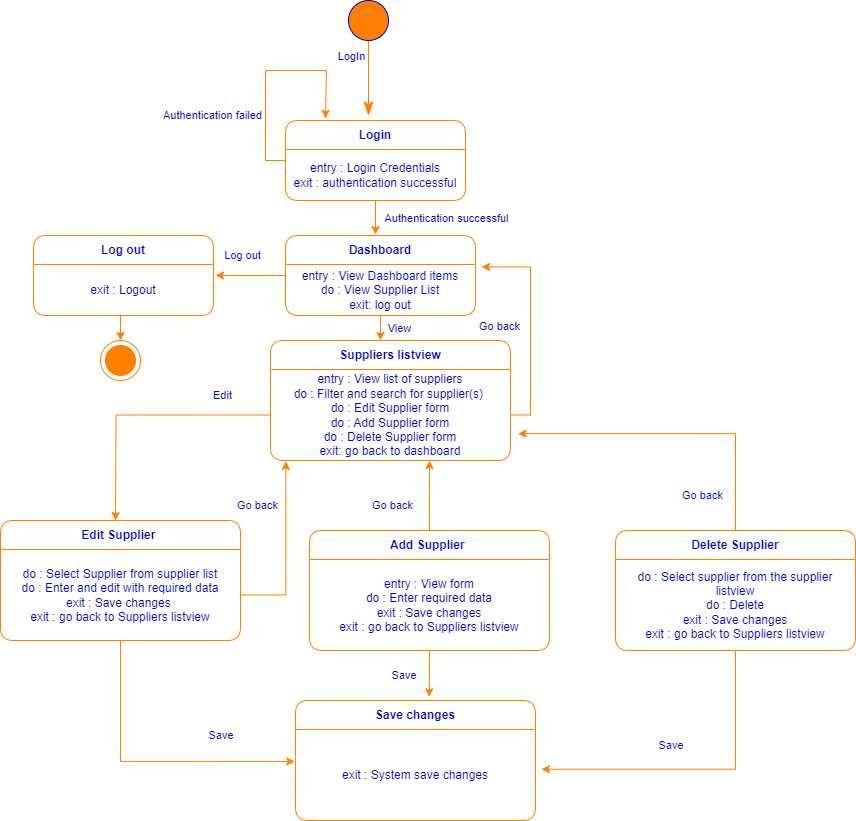
This is itam-uml/itam-state-diagram/itam-state-diagram-manage-supplier.png from kxh03/itam, a draw.io export, as it was before one commit. Source tidied: cells renumbered, new cells last; positions are measured from the earlier drawing's top-left corner, leaving out a move shared by most shapes.
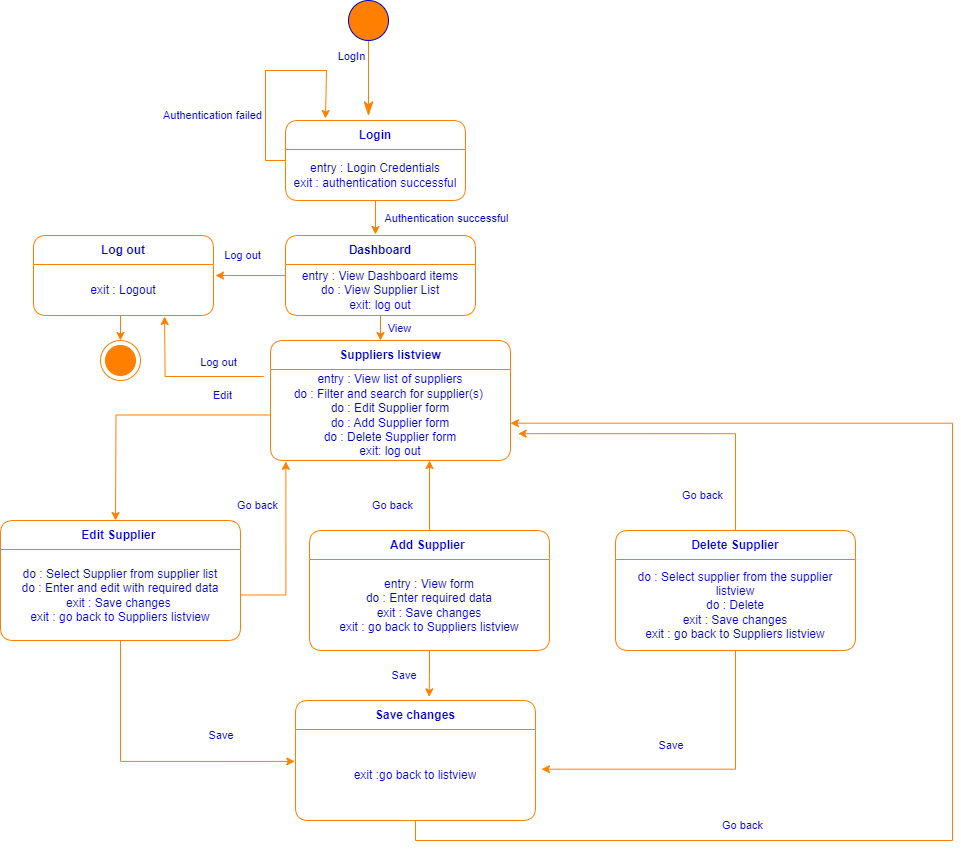
Above is the later version.

Commit message:
Fix state diagrams

Change to the diagram source:
```diff
@@ -78,6 +78,11 @@
     <mxCell id="18" value="&lt;font color=&quot;#0000cc&quot;&gt;exit : Logout&lt;/font&gt;" style="text;html=1;strokeColor=none;fillColor=none;align=center;verticalAlign=middle;spacingLeft=4;spacingRight=4;overflow=hidden;whiteSpace=wrap;" parent="17" vertex="1">
       <mxGeometry y="29" width="180" height="51" as="geometry" />
     </mxCell>
+    <mxCell id="24" style="edgeStyle=orthogonalEdgeStyle;rounded=0;jettySize=auto;html=1;exitX=-0.028;exitY=0.077;exitDx=0;exitDy=0;entryX=1.032;entryY=0.048;entryDx=0;entryDy=0;entryPerimeter=0;strokeColor=#FF8000;exitPerimeter=0;" parent="17" edge="1" source="21">
+      <mxGeometry relative="1" as="geometry">
+        <mxPoint x="131.1" y="81" as="targetPoint" />
+      </mxGeometry>
+    </mxCell>
     <mxCell id="19" value="&lt;font color=&quot;#0000cc&quot;&gt;Suppliers listview&lt;/font&gt;" style="swimlane;fontStyle=1;align=center;verticalAlign=middle;horizontal=1;startSize=29;html=1;whiteSpace=wrap;strokeColor=#FF8000;rounded=1;swimlaneFillColor=default;" parent="1" vertex="1">
       <mxGeometry x="270" y="340" width="240" height="120" as="geometry" />
     </mxCell>
@@ -86,7 +91,7 @@
         <mxPoint x="-155" y="180" as="targetPoint" />
       </mxGeometry>
     </mxCell>
-    <mxCell id="21" value="&lt;div style=&quot;&quot;&gt;&lt;span style=&quot;color: rgb(0, 0, 204); background-color: initial;&quot;&gt;entry : View list of suppliers&lt;/span&gt;&lt;/div&gt;&lt;font color=&quot;#0000cc&quot;&gt;&lt;div style=&quot;&quot;&gt;&lt;span style=&quot;background-color: initial;&quot;&gt;do : Filter and search for supplier(s)&amp;nbsp;&lt;/span&gt;&lt;/div&gt;&lt;div style=&quot;&quot;&gt;&lt;span style=&quot;background-color: initial;&quot;&gt;do : Edit Supplier form&lt;/span&gt;&lt;/div&gt;&lt;div style=&quot;&quot;&gt;&lt;span style=&quot;background-color: initial;&quot;&gt;do : Add Supplier form&lt;/span&gt;&lt;/div&gt;&lt;div style=&quot;&quot;&gt;&lt;span style=&quot;background-color: initial;&quot;&gt;do : Delete Supplier form&lt;/span&gt;&lt;/div&gt;&lt;div style=&quot;&quot;&gt;&lt;span style=&quot;background-color: initial;&quot;&gt;exit: go back to dashboard&lt;/span&gt;&lt;/div&gt;&lt;/font&gt;" style="text;html=1;strokeColor=none;fillColor=none;align=center;verticalAlign=middle;spacingLeft=4;spacingRight=4;overflow=hidden;points=[[0,0.5],[1,0.5]];portConstraint=eastwest;whiteSpace=wrap;" parent="19" vertex="1">
+    <mxCell id="21" value="&lt;div style=&quot;&quot;&gt;&lt;span style=&quot;color: rgb(0, 0, 204); background-color: initial;&quot;&gt;entry : View list of suppliers&lt;/span&gt;&lt;/div&gt;&lt;font color=&quot;#0000cc&quot;&gt;&lt;div style=&quot;&quot;&gt;&lt;span style=&quot;background-color: initial;&quot;&gt;do : Filter and search for supplier(s)&amp;nbsp;&lt;/span&gt;&lt;/div&gt;&lt;div style=&quot;&quot;&gt;&lt;span style=&quot;background-color: initial;&quot;&gt;do : Edit Supplier form&lt;/span&gt;&lt;/div&gt;&lt;div style=&quot;&quot;&gt;&lt;span style=&quot;background-color: initial;&quot;&gt;do : Add Supplier form&lt;/span&gt;&lt;/div&gt;&lt;div style=&quot;&quot;&gt;&lt;span style=&quot;background-color: initial;&quot;&gt;do : Delete Supplier form&lt;/span&gt;&lt;/div&gt;&lt;div style=&quot;&quot;&gt;&lt;span style=&quot;background-color: initial;&quot;&gt;exit: log out&lt;/span&gt;&lt;/div&gt;&lt;/font&gt;" style="text;html=1;strokeColor=none;fillColor=none;align=center;verticalAlign=middle;spacingLeft=4;spacingRight=4;overflow=hidden;points=[[0,0.5],[1,0.5]];portConstraint=eastwest;whiteSpace=wrap;" parent="19" vertex="1">
       <mxGeometry y="29" width="240" height="91" as="geometry" />
     </mxCell>
     <mxCell id="22" value="View" style="text;html=1;align=center;verticalAlign=middle;labelBackgroundColor=#ffffff;fontSize=11;fontColor=#0000CC;" parent="1" vertex="1">
@@ -97,11 +102,8 @@
     <mxCell id="23" style="edgeStyle=orthogonalEdgeStyle;rounded=0;jettySize=auto;html=1;exitX=0.5;exitY=1;exitDx=0;exitDy=0;entryX=0.5;entryY=0;entryDx=0;entryDy=0;entryPerimeter=0;strokeColor=#FF8000;" parent="1" edge="1" source="17" target="5">
       <mxGeometry relative="1" as="geometry" />
     </mxCell>
-    <mxCell id="24" style="edgeStyle=orthogonalEdgeStyle;rounded=0;jettySize=auto;html=1;exitX=1;exitY=0.5;exitDx=0;exitDy=0;entryX=1.032;entryY=0.048;entryDx=0;entryDy=0;entryPerimeter=0;strokeColor=#FF8000;" parent="1" edge="1" source="21" target="14">
-      <mxGeometry relative="1" as="geometry" />
-    </mxCell>
-    <mxCell id="25" value="Go back" style="text;html=1;align=center;verticalAlign=middle;labelBackgroundColor=#ffffff;fontSize=11;fontColor=#0000CC;" parent="1" vertex="1">
-      <mxGeometry x="482" y="321" as="geometry">
+    <mxCell id="25" value="Log out" style="text;html=1;align=center;verticalAlign=middle;labelBackgroundColor=#ffffff;fontSize=11;fontColor=#0000CC;" parent="1" vertex="1">
+      <mxGeometry x="201" y="357" as="geometry">
         <mxPoint x="16" y="4" as="offset" />
       </mxGeometry>
     </mxCell>
@@ -127,10 +129,19 @@
         <mxPoint x="16" y="4" as="offset" />
       </mxGeometry>
     </mxCell>
+    <mxCell id="47" style="edgeStyle=orthogonalEdgeStyle;rounded=0;jettySize=auto;html=1;exitX=0.5;exitY=1;exitDx=0;exitDy=0;entryX=1;entryY=0.59;entryDx=0;entryDy=0;entryPerimeter=0;strokeColor=#FF8000;" parent="1" edge="1" source="32" target="21">
+      <mxGeometry relative="1" as="geometry">
+        <Array as="points">
+          <mxPoint x="415" y="840" />
+          <mxPoint x="952" y="840" />
+          <mxPoint x="952" y="423" />
+        </Array>
+      </mxGeometry>
+    </mxCell>
     <mxCell id="32" value="&lt;font color=&quot;#0000cc&quot;&gt;Save changes&lt;/font&gt;" style="swimlane;fontStyle=1;align=center;verticalAlign=middle;horizontal=1;startSize=29;html=1;whiteSpace=wrap;strokeColor=#FF8000;rounded=1;swimlaneFillColor=default;" parent="1" vertex="1">
       <mxGeometry x="295" y="700" width="240" height="120" as="geometry" />
     </mxCell>
-    <mxCell id="33" value="&lt;div style=&quot;&quot;&gt;&lt;font color=&quot;#0000cc&quot;&gt;exit : System save changes&lt;/font&gt;&lt;/div&gt;" style="text;html=1;strokeColor=none;fillColor=none;align=center;verticalAlign=middle;spacingLeft=4;spacingRight=4;overflow=hidden;points=[[0,0.5],[1,0.5]];portConstraint=eastwest;whiteSpace=wrap;" parent="32" vertex="1">
+    <mxCell id="33" value="&lt;div style=&quot;&quot;&gt;&lt;font color=&quot;#0000cc&quot;&gt;exit :go back to listview&lt;/font&gt;&lt;/div&gt;" style="text;html=1;strokeColor=none;fillColor=none;align=center;verticalAlign=middle;spacingLeft=4;spacingRight=4;overflow=hidden;points=[[0,0.5],[1,0.5]];portConstraint=eastwest;whiteSpace=wrap;" parent="32" vertex="1">
       <mxGeometry y="29" width="240" height="91" as="geometry" />
     </mxCell>
     <mxCell id="34" value="Save&amp;nbsp;" style="text;html=1;align=center;verticalAlign=middle;labelBackgroundColor=#ffffff;fontSize=11;fontColor=#0000CC;" parent="1" vertex="1">
@@ -184,5 +195,10 @@
         <mxPoint x="16" y="4" as="offset" />
       </mxGeometry>
     </mxCell>
+    <mxCell id="48" value="Go back" style="text;html=1;align=center;verticalAlign=middle;labelBackgroundColor=#ffffff;fontSize=11;fontColor=#0000CC;" parent="1" vertex="1">
+      <mxGeometry x="725" y="820" as="geometry">
+        <mxPoint x="16" y="4" as="offset" />
+      </mxGeometry>
+    </mxCell>
   </root>
 </mxGraphModel>
```
